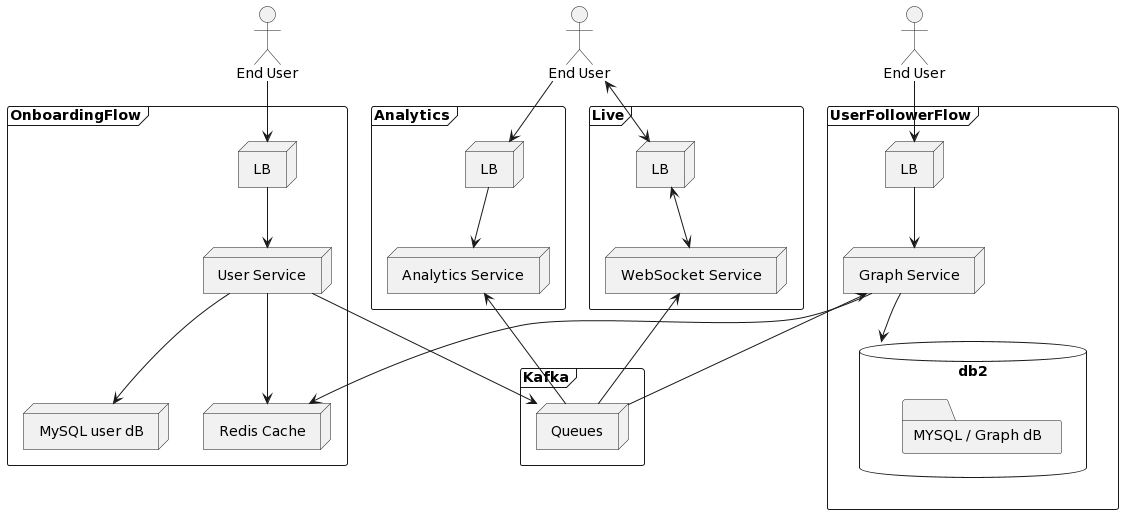
jgreenrise/system-design keeps this PlantUML diagram as designTwitter/highLevel.png. Above is the earlier version. Source of this version:
```plantuml
@startuml

actor "End User" as user1
actor "End User" as user2
actor "End User" as user3

frame OnboardingFlow{
    node "LB" as ilb
    node "User Service" as usvc
    node "Redis Cache" as rediscCache1
    node "MySQL user dB" as db1
}

frame UserFollowerFlow{
    node "LB" as lb2
    node "Graph Service" as gsvc
    database db2 {
        folder "MYSQL / Graph dB"
    }
}

frame Analytics{
    node "LB" as lb3
    node "Analytics Service" as asvc
}

frame Live{
    node "LB" as lb4
    node "WebSocket Service" as wsvc
}

frame Kafka{
    node "Queues" as queue
}

user1 --> ilb
ilb --> usvc
usvc --> rediscCache1
usvc --> db1
usvc --> queue

user2 --> lb2
lb2 --> gsvc
gsvc --> db2
gsvc --> rediscCache1
gsvc <-- queue

user3 --> lb3
lb3 --> asvc
asvc <-- queue

user3 <--> lb4
lb4 <--> wsvc
wsvc <-- queue
@enduml
```
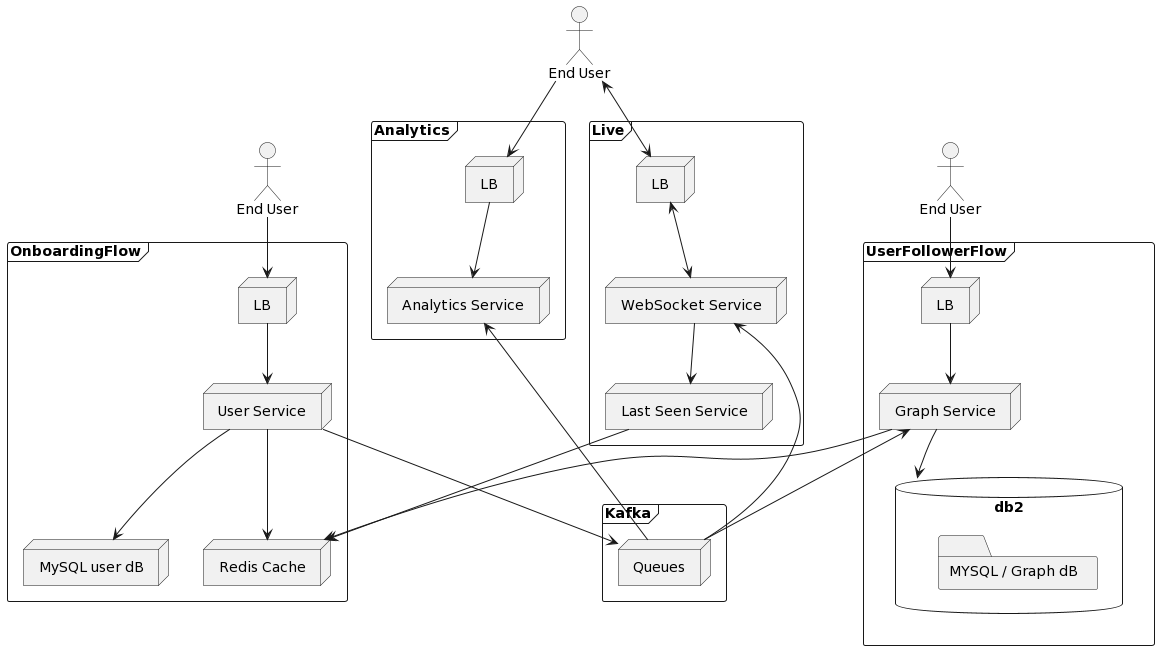
Above is the later version.

Change to the diagram source:
```diff
@@ -27,6 +27,7 @@
 frame Live{
     node "LB" as lb4
     node "WebSocket Service" as wsvc
+    node "Last Seen Service" as lsvc
 }
 
 frame Kafka{
@@ -52,4 +53,6 @@
 user3 <--> lb4
 lb4 <--> wsvc
 wsvc <-- queue
+wsvc --> lsvc
+lsvc --> rediscCache1
 @enduml
```
